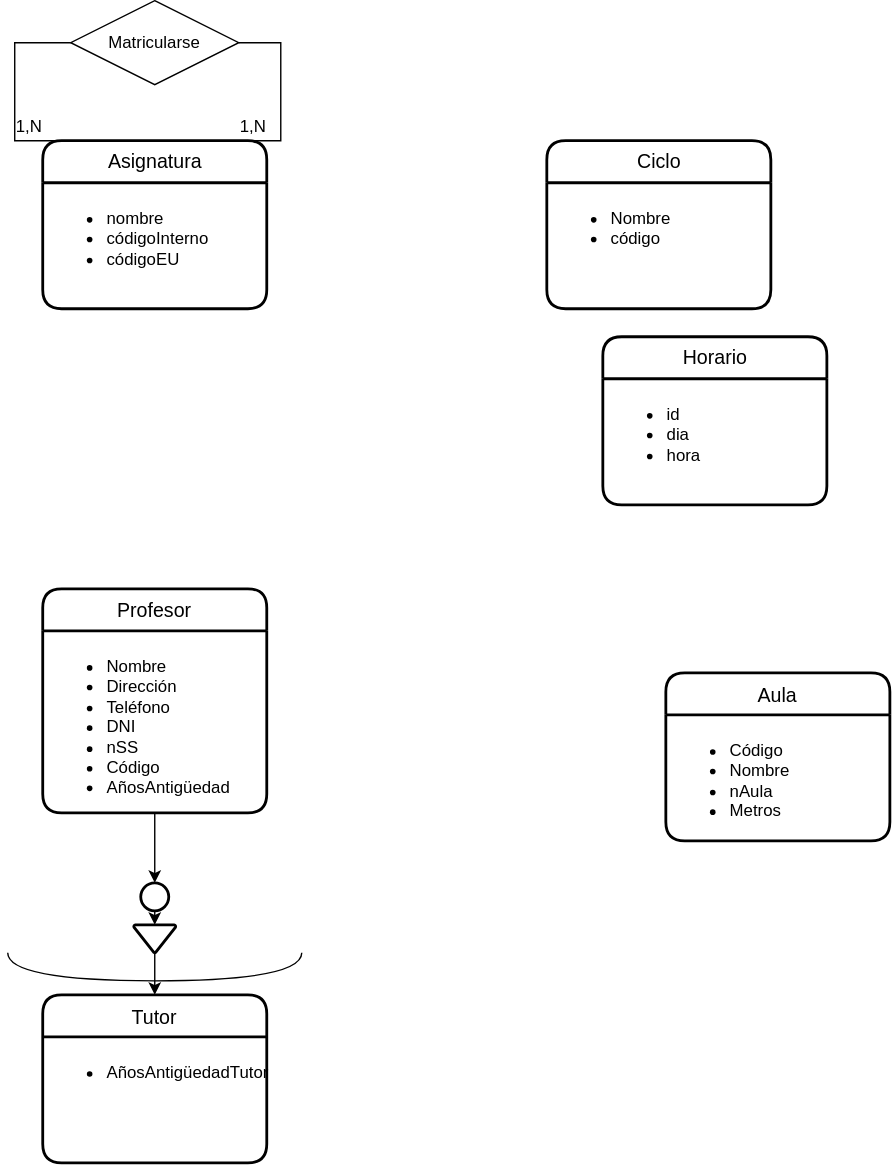
This is UD12-17.svg from Jimxx22/C3-UD11-UML, a draw.io export, as it was before one commit. Source tidied: cells renumbered, new cells last; positions are measured from the earlier drawing's top-left corner, leaving out a move shared by most shapes.
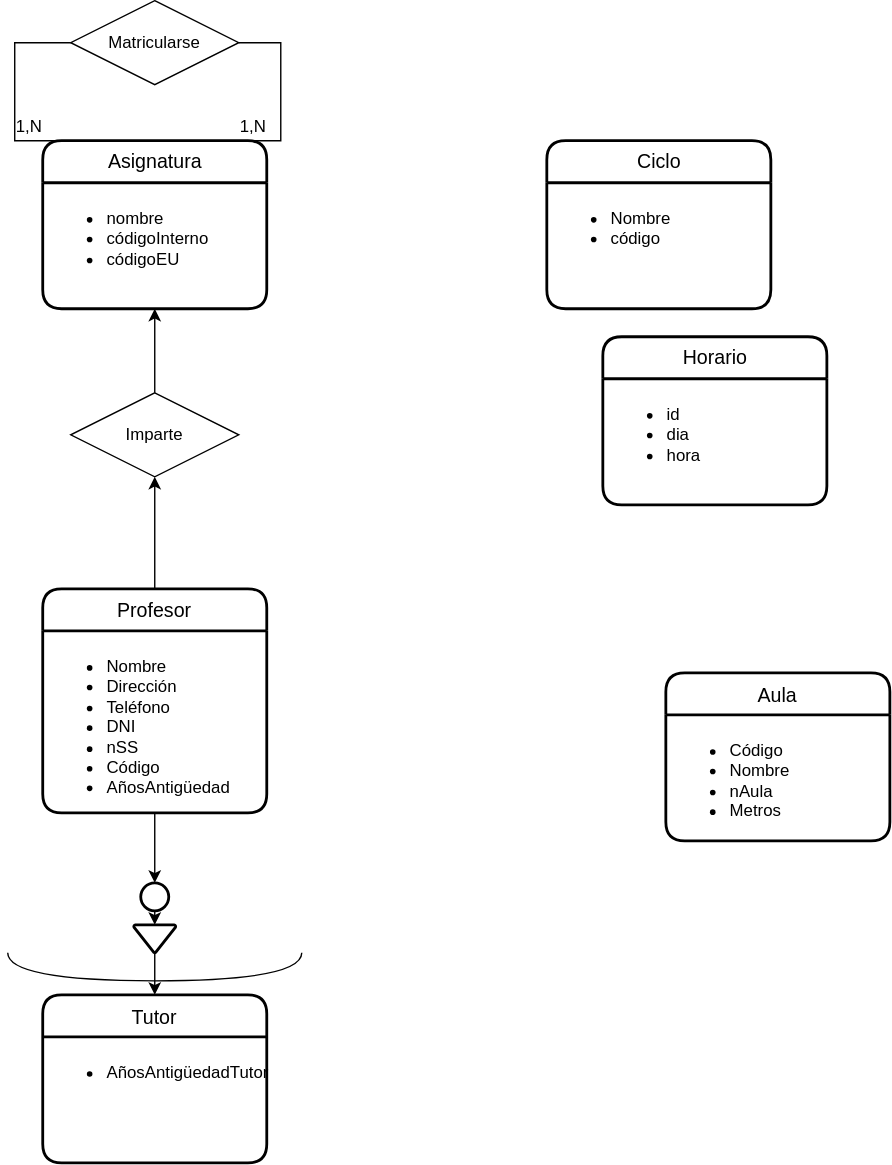
The same diagram one commit later.

The edit, as a diff of the source:
```diff
@@ -26,6 +26,9 @@
     <mxCell id="9" value="&lt;ul&gt;&lt;li&gt;Nombre&lt;/li&gt;&lt;li&gt;código&lt;/li&gt;&lt;/ul&gt;" style="align=left;strokeColor=none;fillColor=none;spacingLeft=4;fontSize=12;verticalAlign=top;labelBackgroundColor=none;html=1;" parent="8" vertex="1">
       <mxGeometry y="30" width="160" height="90" as="geometry" />
     </mxCell>
+    <mxCell id="25" style="edgeStyle=none;rounded=0;jettySize=auto;html=1;exitX=0.5;exitY=0;exitDx=0;exitDy=0;entryX=0.5;entryY=1;entryDx=0;entryDy=0;" parent="1" edge="1" source="10" target="27">
+      <mxGeometry relative="1" as="geometry" />
+    </mxCell>
     <mxCell id="10" value="Profesor" style="swimlane;horizontal=1;startSize=30;rounded=1;fontSize=14;fontStyle=0;strokeWidth=2;shadow=0;dashed=0;align=center;" parent="1" vertex="1">
       <mxGeometry x="30" y="420" width="160" height="160" as="geometry" />
     </mxCell>
@@ -82,5 +85,11 @@
     <mxCell id="24" value="1,N" style="text;html=1;align=center;verticalAlign=middle;strokeColor=none;fillColor=none;" parent="1" vertex="1">
       <mxGeometry y="75" width="40" height="30" as="geometry" />
     </mxCell>
+    <mxCell id="26" style="edgeStyle=none;rounded=0;jettySize=auto;html=1;exitX=0.5;exitY=0;exitDx=0;exitDy=0;entryX=0.5;entryY=1;entryDx=0;entryDy=0;" parent="1" edge="1" source="27" target="5">
+      <mxGeometry relative="1" as="geometry" />
+    </mxCell>
+    <mxCell id="27" value="Imparte" style="shape=rhombus;perimeter=rhombusPerimeter;whiteSpace=wrap;html=1;align=center;" parent="1" vertex="1">
+      <mxGeometry x="50" y="280" width="120" height="60" as="geometry" />
+    </mxCell>
   </root>
 </mxGraphModel>
```
